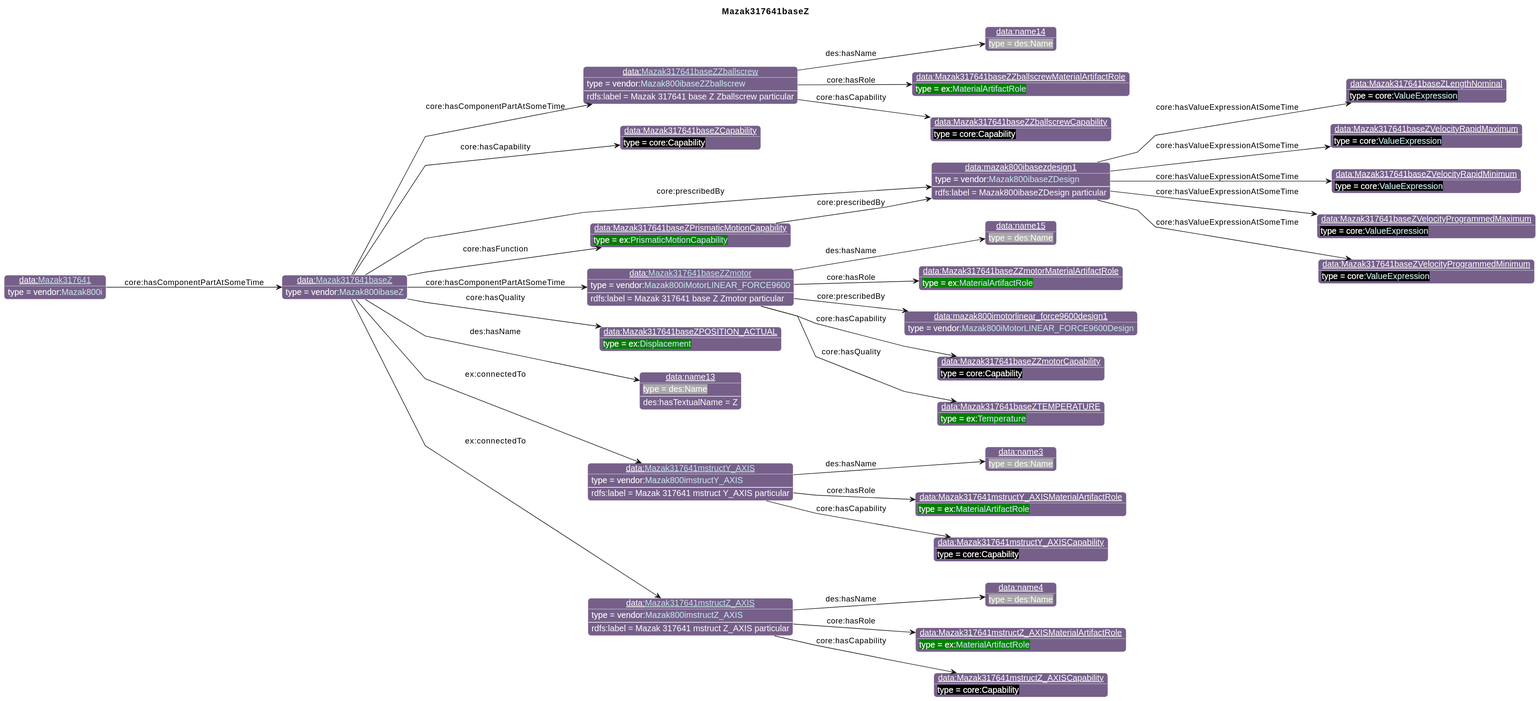
iofoundry/example-syseng-mtconnect keeps this PlantUML diagram as diagrams/Mazak317641baseZ.svg. Above is the earlier version.
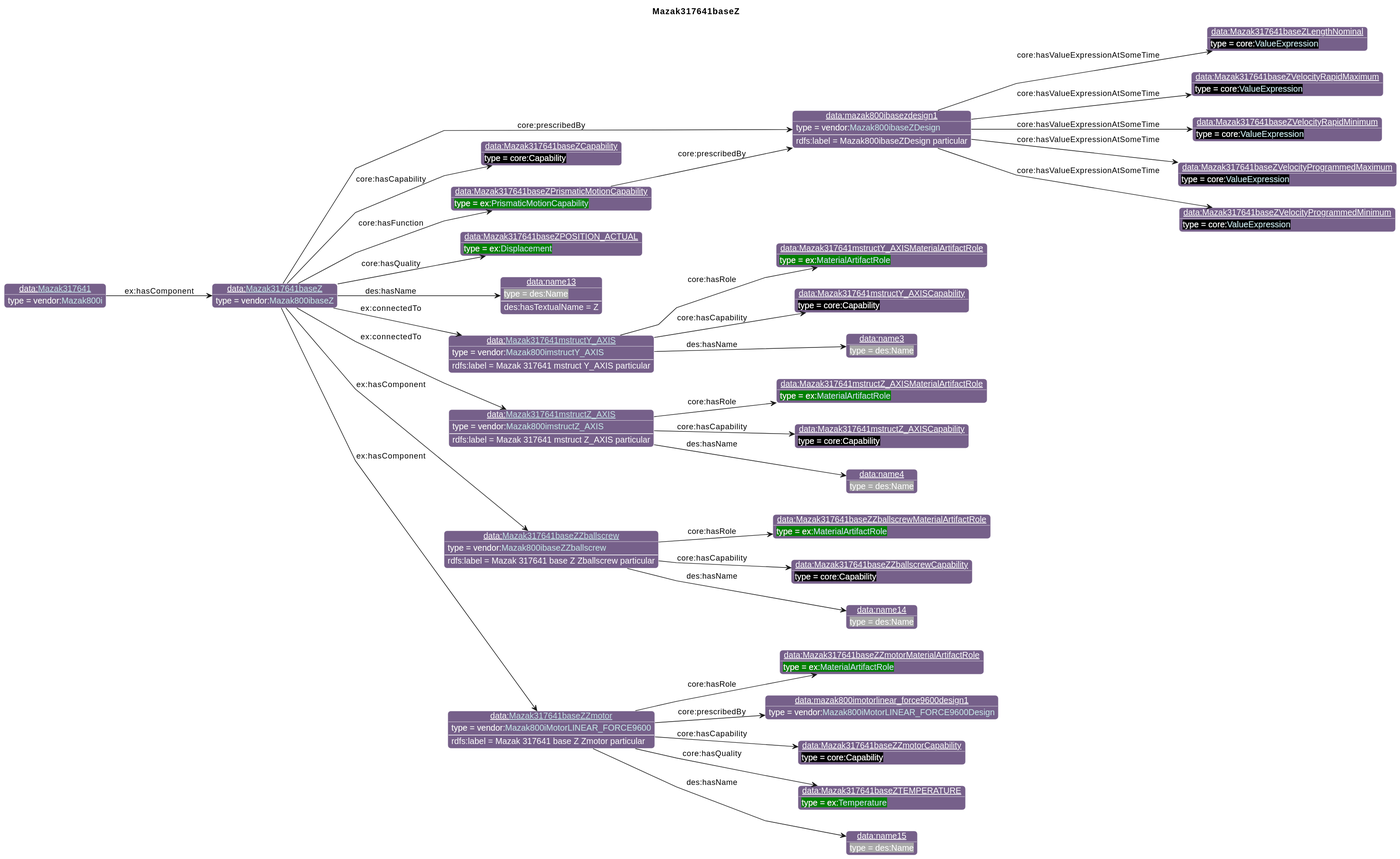
After the commit.

The edit, as a diff of the source:
```diff
@@ -33,27 +33,27 @@
 individual(o5, data:Mazak317641baseZVelocityProgrammedMaximum, core:[[https://spec.industrialontologies.org/ontology/core/Core/ValueExpression ValueExpression]])
 individual(o6, data:Mazak317641baseZVelocityProgrammedMinimum, core:[[https://spec.industrialontologies.org/ontology/core/Core/ValueExpression ValueExpression]])
 individual(o7, data:Mazak317641baseZCapability, core:Capability)
-individual(o8, data:[[./Mazak317641baseZZballscrew.html Mazak317641baseZZballscrew]], vendor:[[../Mazak.html#Mazak800ibaseZZballscrew Mazak800ibaseZZballscrew]])
-individual(o9, data:Mazak317641baseZZballscrewMaterialArtifactRole, ex:[[../Example.html#MaterialArtifactRole MaterialArtifactRole]])
-individual(o10, data:Mazak317641baseZZballscrewCapability, core:Capability)
-individual(o11, data:name14, des:Name)
-individual(o12, data:[[./Mazak317641baseZZmotor.html Mazak317641baseZZmotor]], vendor:[[../Mazak.html#Mazak800iMotorLINEAR_FORCE9600 Mazak800iMotorLINEAR_FORCE9600]])
-individual(o13, data:Mazak317641baseZZmotorMaterialArtifactRole, ex:[[../Example.html#MaterialArtifactRole MaterialArtifactRole]])
-individual(o14, data:mazak800imotorlinear_force9600design1, vendor:[[../Mazak.html#Mazak800iMotorLINEAR_FORCE9600Design Mazak800iMotorLINEAR_FORCE9600Design]])
-individual(o15, data:Mazak317641baseZZmotorCapability, core:Capability)
-individual(o16, data:Mazak317641baseZTEMPERATURE, ex:[[../Example.html#Temperature Temperature]])
-individual(o17, data:name15, des:Name)
-individual(o18, data:Mazak317641baseZPrismaticMotionCapability, ex:[[../Example.html#PrismaticMotionCapability PrismaticMotionCapability]])
-individual(o19, data:Mazak317641baseZPOSITION_ACTUAL, ex:[[../Example.html#Displacement Displacement]])
-individual(o20, data:name13, des:Name)
-individual(o21, data:[[./Mazak317641mstructY_AXIS.html Mazak317641mstructY_AXIS]], vendor:[[../Mazak.html#Mazak800imstructY_AXIS Mazak800imstructY_AXIS]])
-individual(o22, data:Mazak317641mstructY_AXISMaterialArtifactRole, ex:[[../Example.html#MaterialArtifactRole MaterialArtifactRole]])
-individual(o23, data:Mazak317641mstructY_AXISCapability, core:Capability)
-individual(o24, data:name3, des:Name)
-individual(o25, data:[[./Mazak317641mstructZ_AXIS.html Mazak317641mstructZ_AXIS]], vendor:[[../Mazak.html#Mazak800imstructZ_AXIS Mazak800imstructZ_AXIS]])
-individual(o26, data:Mazak317641mstructZ_AXISMaterialArtifactRole, ex:[[../Example.html#MaterialArtifactRole MaterialArtifactRole]])
-individual(o27, data:Mazak317641mstructZ_AXISCapability, core:Capability)
-individual(o28, data:name4, des:Name)
+individual(o8, data:Mazak317641baseZPrismaticMotionCapability, ex:[[../Example.html#PrismaticMotionCapability PrismaticMotionCapability]])
+individual(o9, data:Mazak317641baseZPOSITION_ACTUAL, ex:[[../Example.html#Displacement Displacement]])
+individual(o10, data:name13, des:Name)
+individual(o11, data:[[./Mazak317641mstructY_AXIS.html Mazak317641mstructY_AXIS]], vendor:[[../Mazak.html#Mazak800imstructY_AXIS Mazak800imstructY_AXIS]])
+individual(o12, data:Mazak317641mstructY_AXISMaterialArtifactRole, ex:[[../Example.html#MaterialArtifactRole MaterialArtifactRole]])
+individual(o13, data:Mazak317641mstructY_AXISCapability, core:Capability)
+individual(o14, data:name3, des:Name)
+individual(o15, data:[[./Mazak317641mstructZ_AXIS.html Mazak317641mstructZ_AXIS]], vendor:[[../Mazak.html#Mazak800imstructZ_AXIS Mazak800imstructZ_AXIS]])
+individual(o16, data:Mazak317641mstructZ_AXISMaterialArtifactRole, ex:[[../Example.html#MaterialArtifactRole MaterialArtifactRole]])
+individual(o17, data:Mazak317641mstructZ_AXISCapability, core:Capability)
+individual(o18, data:name4, des:Name)
+individual(o19, data:[[./Mazak317641baseZZballscrew.html Mazak317641baseZZballscrew]], vendor:[[../Mazak.html#Mazak800ibaseZZballscrew Mazak800ibaseZZballscrew]])
+individual(o20, data:Mazak317641baseZZballscrewMaterialArtifactRole, ex:[[../Example.html#MaterialArtifactRole MaterialArtifactRole]])
+individual(o21, data:Mazak317641baseZZballscrewCapability, core:Capability)
+individual(o22, data:name14, des:Name)
+individual(o23, data:[[./Mazak317641baseZZmotor.html Mazak317641baseZZmotor]], vendor:[[../Mazak.html#Mazak800iMotorLINEAR_FORCE9600 Mazak800iMotorLINEAR_FORCE9600]])
+individual(o24, data:Mazak317641baseZZmotorMaterialArtifactRole, ex:[[../Example.html#MaterialArtifactRole MaterialArtifactRole]])
+individual(o25, data:mazak800imotorlinear_force9600design1, vendor:[[../Mazak.html#Mazak800iMotorLINEAR_FORCE9600Design Mazak800iMotorLINEAR_FORCE9600Design]])
+individual(o26, data:Mazak317641baseZZmotorCapability, core:Capability)
+individual(o27, data:Mazak317641baseZTEMPERATURE, ex:[[../Example.html#Temperature Temperature]])
+individual(o28, data:name15, des:Name)
 individual(o29, data:[[./Mazak317641.html Mazak317641]], vendor:[[../Mazak.html#Mazak800i Mazak800i]])
 property(o0, "core:prescribedBy", o1)
 data(o1, "rdfs:label", "Mazak800ibaseZDesign particular")
@@ -63,32 +63,32 @@
 property(o1, "core:hasValueExpressionAtSomeTime", o5)
 property(o1, "core:hasValueExpressionAtSomeTime", o6)
 property(o0, "core:hasCapability", o7)
-property(o0, "core:hasComponentPartAtSomeTime", o8)
-data(o8, "rdfs:label", "Mazak 317641 base Z Zballscrew particular")
-property(o8, "core:hasRole", o9)
-property(o8, "core:hasCapability", o10)
-property(o8, "des:hasName", o11)
-property(o0, "core:hasComponentPartAtSomeTime", o12)
-data(o12, "rdfs:label", "Mazak 317641 base Z Zmotor particular")
-property(o12, "core:hasRole", o13)
-property(o12, "core:prescribedBy", o14)
-property(o12, "core:hasCapability", o15)
-property(o12, "core:hasQuality", o16)
-property(o12, "des:hasName", o17)
-property(o0, "core:hasFunction", o18)
-property(o18, "core:prescribedBy", o1)
-property(o0, "core:hasQuality", o19)
-property(o0, "des:hasName", o20)
-data(o20, "des:hasTextualName", "Z")
-property(o0, "ex:connectedTo", o21)
-data(o21, "rdfs:label", "Mazak 317641 mstruct Y_AXIS particular")
-property(o21, "core:hasRole", o22)
-property(o21, "core:hasCapability", o23)
-property(o21, "des:hasName", o24)
-property(o0, "ex:connectedTo", o25)
-data(o25, "rdfs:label", "Mazak 317641 mstruct Z_AXIS particular")
-property(o25, "core:hasRole", o26)
-property(o25, "core:hasCapability", o27)
-property(o25, "des:hasName", o28)
-property(o29, "core:hasComponentPartAtSomeTime", o0)
+property(o0, "core:hasFunction", o8)
+property(o8, "core:prescribedBy", o1)
+property(o0, "core:hasQuality", o9)
+property(o0, "des:hasName", o10)
+data(o10, "des:hasTextualName", "Z")
+property(o0, "ex:connectedTo", o11)
+data(o11, "rdfs:label", "Mazak 317641 mstruct Y_AXIS particular")
+property(o11, "core:hasRole", o12)
+property(o11, "core:hasCapability", o13)
+property(o11, "des:hasName", o14)
+property(o0, "ex:connectedTo", o15)
+data(o15, "rdfs:label", "Mazak 317641 mstruct Z_AXIS particular")
+property(o15, "core:hasRole", o16)
+property(o15, "core:hasCapability", o17)
+property(o15, "des:hasName", o18)
+property(o0, "ex:hasComponent", o19)
+data(o19, "rdfs:label", "Mazak 317641 base Z Zballscrew particular")
+property(o19, "core:hasRole", o20)
+property(o19, "core:hasCapability", o21)
+property(o19, "des:hasName", o22)
+property(o0, "ex:hasComponent", o23)
+data(o23, "rdfs:label", "Mazak 317641 base Z Zmotor particular")
+property(o23, "core:hasRole", o24)
+property(o23, "core:prescribedBy", o25)
+property(o23, "core:hasCapability", o26)
+property(o23, "core:hasQuality", o27)
+property(o23, "des:hasName", o28)
+property(o29, "ex:hasComponent", o0)
 @enduml
```
